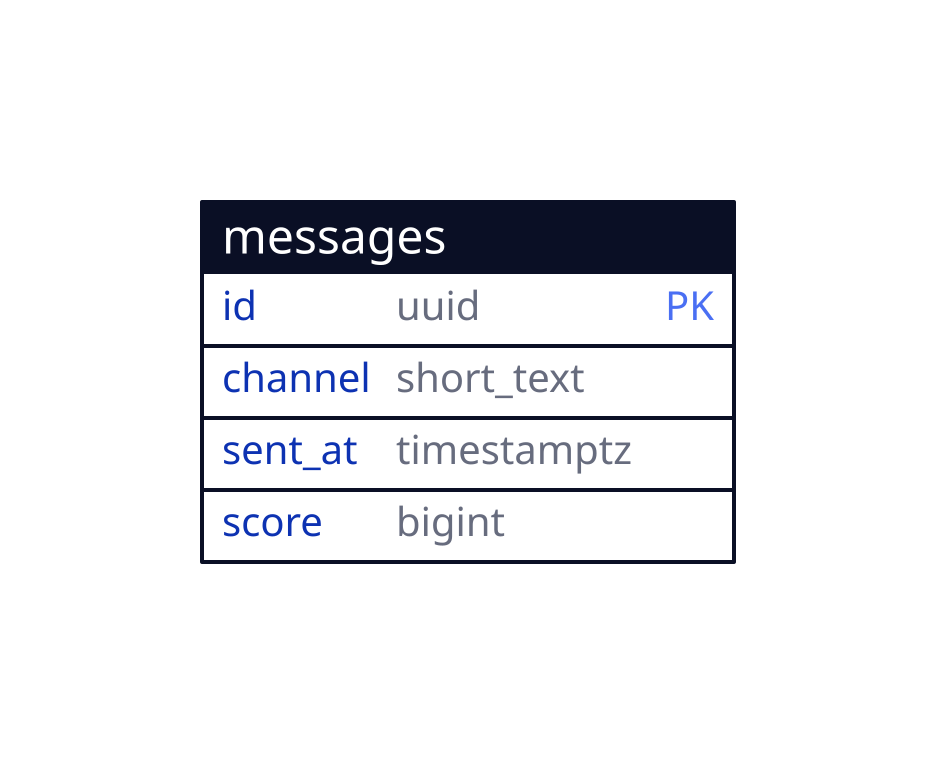
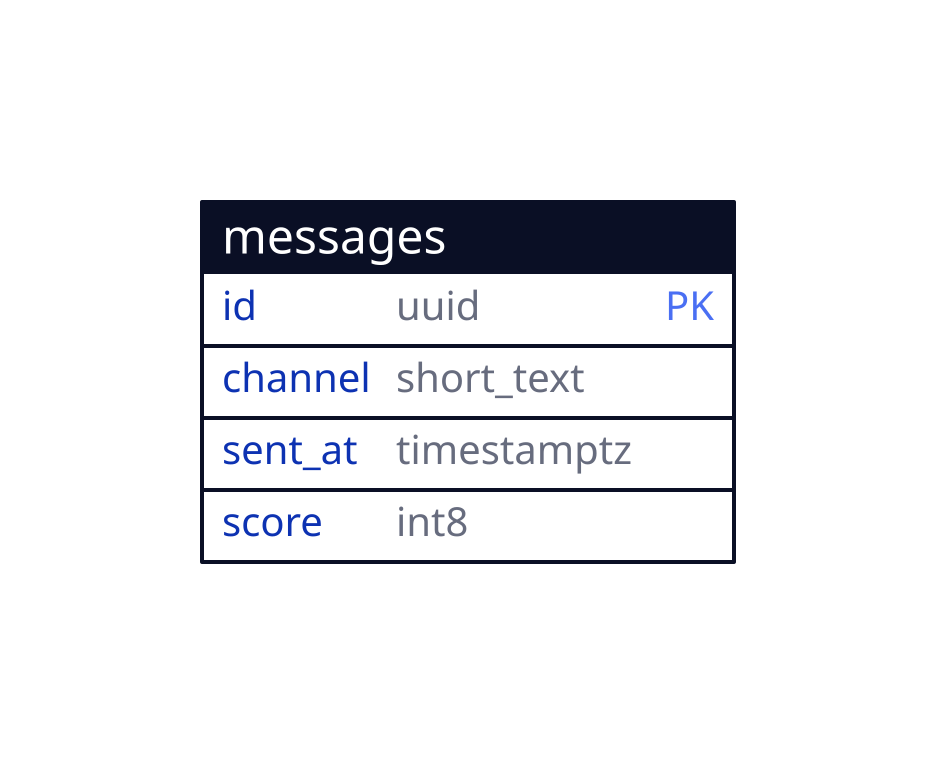
messages: {
  shape: sql_table
  id: uuid {constraint: primary_key}
  channel: short_text
  sent_at: timestamptz
-   score: bigint
+   score: int8
}
